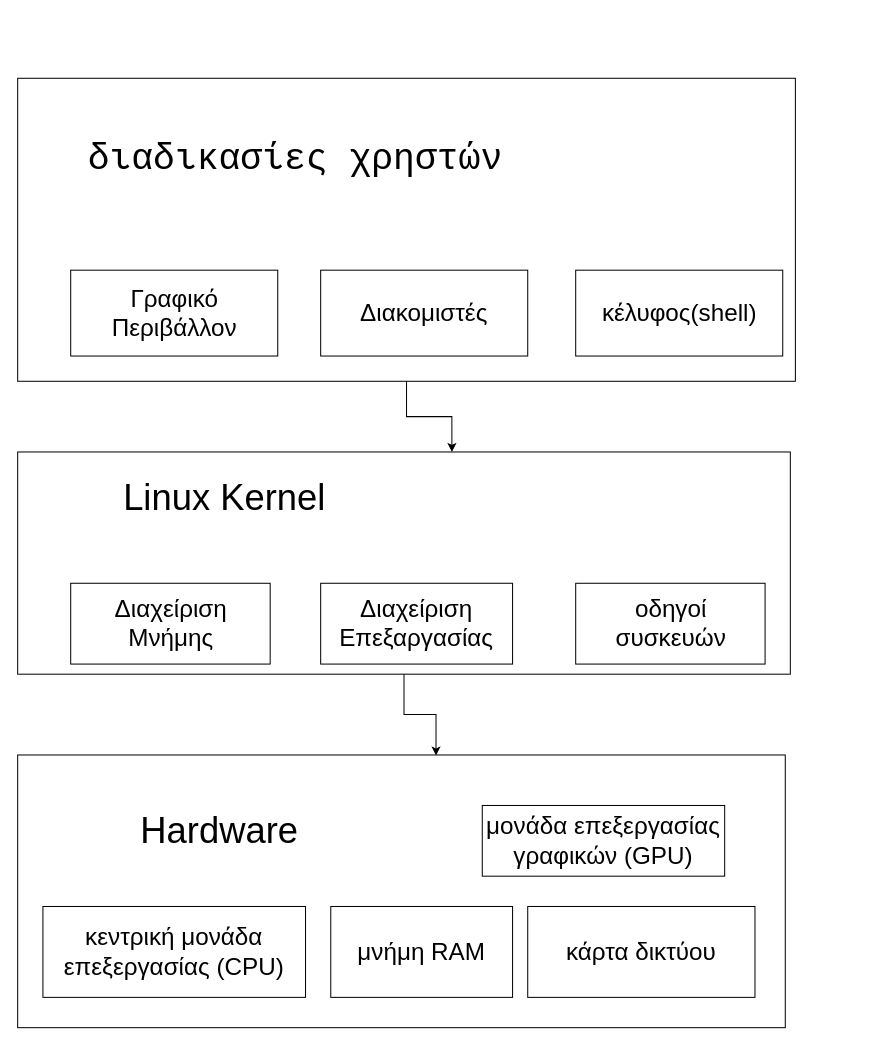
Above: linuxlevels.drawio in ChrisToumparis/linuxmoocduth (draw.io), before the change. Source tidied: cells renumbered, new cells numbered last; positions are measured from the earlier drawing's top-left corner, leaving out a move shared by most shapes. Both pictures are drawn from the tidied source at 101%, with x=0, y=0 at pixel (17, 78).
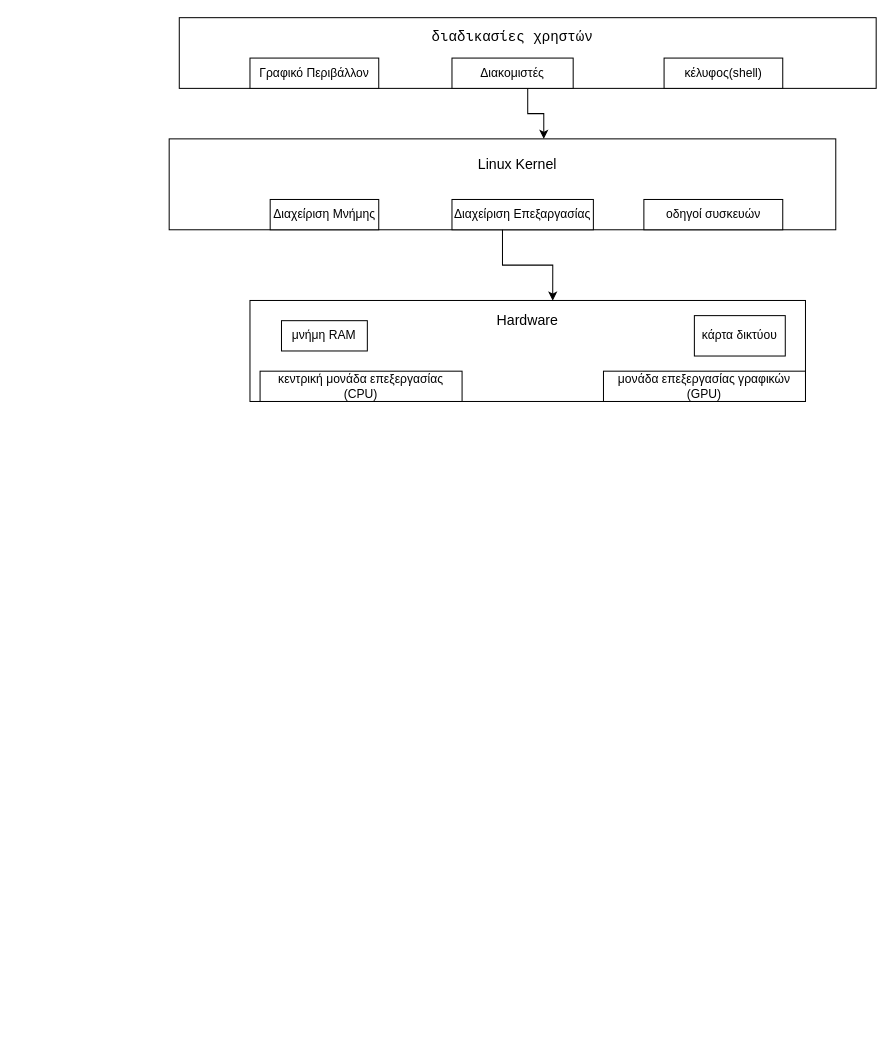
The same page after the edit.

What changed in the source:
```diff
@@
 <mxGraphModel>
   <root>
     <mxCell id="0" />
     <mxCell id="1" parent="0" />
     <mxCell id="2" style="rounded=0;whiteSpace=wrap;html=1;" parent="1" vertex="1">
-      <mxGeometry width="770" height="300" as="geometry" />
+      <mxGeometry x="160" y="-60" width="690" height="70" as="geometry" />
     </mxCell>
-    <mxCell id="3" value="&lt;font style=&quot;font-size: 24px;&quot;&gt;Γραφικό Περιβάλλον&lt;/font&gt;" style="rounded=0;whiteSpace=wrap;html=1;" parent="1" vertex="1">
-      <mxGeometry x="52.5" y="190" width="205" height="85" as="geometry" />
+    <mxCell id="3" value="&lt;font style=&quot;font-size: 12px;&quot;&gt;Γραφικό Περιβάλλον&lt;/font&gt;" style="rounded=0;whiteSpace=wrap;html=1;" parent="1" vertex="1">
+      <mxGeometry x="230" y="-20" width="127.5" height="30" as="geometry" />
     </mxCell>
-    <mxCell id="4" value="&lt;font style=&quot;font-size: 24px;&quot;&gt;Διακομιστές&lt;/font&gt;" style="rounded=0;whiteSpace=wrap;html=1;" parent="1" vertex="1">
-      <mxGeometry x="300" y="190" width="205" height="85" as="geometry" />
+    <mxCell id="4" value="&lt;font style=&quot;font-size: 12px;&quot;&gt;Διακομιστές&lt;/font&gt;" style="rounded=0;whiteSpace=wrap;html=1;" parent="1" vertex="1">
+      <mxGeometry x="430" y="-20" width="120" height="30" as="geometry" />
     </mxCell>
-    <mxCell id="5" value="&lt;font style=&quot;font-size: 24px;&quot;&gt;κέλυφος(shell)&lt;/font&gt;" style="rounded=0;whiteSpace=wrap;html=1;" parent="1" vertex="1">
-      <mxGeometry x="552.5" y="190" width="205" height="85" as="geometry" />
+    <mxCell id="5" value="&lt;font style=&quot;font-size: 12px;&quot;&gt;κέλυφος(shell)&lt;/font&gt;" style="rounded=0;whiteSpace=wrap;html=1;" parent="1" vertex="1">
+      <mxGeometry x="640" y="-20" width="117.5" height="30" as="geometry" />
     </mxCell>
-    <mxCell id="6" value="&lt;div role=&quot;text&quot; tabindex=&quot;0&quot; id=&quot;tw-target-text-container&quot; class=&quot;tw-ta-container tw-nfl&quot;&gt;&lt;pre dir=&quot;ltr&quot; aria-label=&quot;Μεταφρασμένο κείμενο: διαδικασίες χρήστη&quot; style=&quot;text-align:left&quot; id=&quot;tw-target-text&quot; class=&quot;tw-data-text tw-text-large tw-ta&quot;&gt;&lt;font style=&quot;font-size: 36px;&quot;&gt;διαδικασίες χρηστών&lt;/font&gt;&lt;/pre&gt;&lt;/div&gt;" style="text;html=1;align=center;verticalAlign=middle;whiteSpace=wrap;rounded=0;" parent="1" vertex="1">
-      <mxGeometry x="50" y="20" width="450" height="120" as="geometry" />
+    <mxCell id="6" value="&lt;div role=&quot;text&quot; tabindex=&quot;0&quot; id=&quot;tw-target-text-container&quot; class=&quot;tw-ta-container tw-nfl&quot;&gt;&lt;pre dir=&quot;ltr&quot; aria-label=&quot;Μεταφρασμένο κείμενο: διαδικασίες χρήστη&quot; style=&quot;text-align:left&quot; id=&quot;tw-target-text&quot; class=&quot;tw-data-text tw-text-large tw-ta&quot;&gt;&lt;font style=&quot;font-size: 14px;&quot;&gt;διαδικασίες χρηστών&lt;/font&gt;&lt;/pre&gt;&lt;/div&gt;" style="text;html=1;align=center;verticalAlign=middle;whiteSpace=wrap;rounded=0;" parent="1" vertex="1">
+      <mxGeometry x="330" y="-50" width="320" height="20" as="geometry" />
     </mxCell>
     <mxCell id="7" style="rounded=0;whiteSpace=wrap;html=1;" parent="1" vertex="1">
-      <mxGeometry y="370" width="765" height="220" as="geometry" />
+      <mxGeometry x="150" y="60" width="660" height="90" as="geometry" />
     </mxCell>
-    <mxCell id="8" value="&lt;font style=&quot;font-size: 24px;&quot;&gt;Διαχείριση Μνήμης&lt;/font&gt;" style="rounded=0;whiteSpace=wrap;html=1;" parent="1" vertex="1">
-      <mxGeometry x="52.5" y="500" width="197.5" height="80" as="geometry" />
+    <mxCell id="8" value="&lt;font style=&quot;font-size: 12px;&quot;&gt;Διαχείριση Μνήμης&lt;/font&gt;" style="rounded=0;whiteSpace=wrap;html=1;" parent="1" vertex="1">
+      <mxGeometry x="250" y="120" width="107.5" height="30" as="geometry" />
     </mxCell>
-    <mxCell id="9" value="&lt;font style=&quot;font-size: 24px;&quot;&gt;Διαχείριση Επεξαργασίας&lt;/font&gt;" style="rounded=0;whiteSpace=wrap;html=1;" parent="1" vertex="1">
-      <mxGeometry x="300" y="500" width="190" height="80" as="geometry" />
+    <mxCell id="9" value="&lt;font style=&quot;font-size: 12px;&quot;&gt;Διαχείριση Επεξαργασίας&lt;/font&gt;" style="rounded=0;whiteSpace=wrap;html=1;" parent="1" vertex="1">
+      <mxGeometry x="430" y="120" width="140" height="30" as="geometry" />
     </mxCell>
-    <mxCell id="10" value="&lt;font style=&quot;font-size: 24px;&quot;&gt;οδηγοί συσκευών&lt;/font&gt;" style="rounded=0;whiteSpace=wrap;html=1;" parent="1" vertex="1">
-      <mxGeometry x="552.5" y="500" width="187.5" height="80" as="geometry" />
+    <mxCell id="10" value="&lt;font style=&quot;font-size: 12px;&quot;&gt;οδηγοί συσκευών&lt;/font&gt;" style="rounded=0;whiteSpace=wrap;html=1;" parent="1" vertex="1">
+      <mxGeometry x="620" y="120" width="137.5" height="30" as="geometry" />
     </mxCell>
-    <mxCell id="11" value="&lt;font style=&quot;font-size: 36px;&quot;&gt;Linux Kernel&lt;/font&gt;" style="text;html=1;align=center;verticalAlign=middle;whiteSpace=wrap;rounded=0;" parent="1" vertex="1">
-      <mxGeometry x="60" y="400" width="290" height="30" as="geometry" />
+    <mxCell id="11" value="&lt;font style=&quot;font-size: 14px;&quot;&gt;Linux Kernel&lt;/font&gt;" style="text;html=1;align=center;verticalAlign=middle;whiteSpace=wrap;rounded=0;" parent="1" vertex="1">
+      <mxGeometry x="350" y="70" width="290" height="30" as="geometry" />
     </mxCell>
     <mxCell id="12" style="rounded=0;whiteSpace=wrap;html=1;" parent="1" vertex="1">
-      <mxGeometry y="670" width="760" height="270" as="geometry" />
+      <mxGeometry x="230" y="220" width="550" height="100" as="geometry" />
     </mxCell>
-    <mxCell id="13" value="&lt;font style=&quot;font-size: 36px;&quot;&gt;Hardware&lt;/font&gt;" style="text;html=1;align=center;verticalAlign=middle;whiteSpace=wrap;rounded=0;" parent="1" vertex="1">
-      <mxGeometry x="70" y="700" width="260" height="90" as="geometry" />
+    <mxCell id="13" value="&lt;font style=&quot;font-size: 14px;&quot;&gt;Hardware&lt;/font&gt;" style="text;html=1;align=center;verticalAlign=middle;whiteSpace=wrap;rounded=0;" parent="1" vertex="1">
+      <mxGeometry x="410" y="230" width="190" height="20" as="geometry" />
     </mxCell>
-    <mxCell id="14" value="&lt;font style=&quot;font-size: 24px;&quot;&gt;κεντρική μονάδα επεξεργασίας (CPU)&lt;/font&gt;" style="rounded=0;whiteSpace=wrap;html=1;" parent="1" vertex="1">
-      <mxGeometry x="25" y="820" width="260" height="90" as="geometry" />
+    <mxCell id="14" value="&lt;font style=&quot;font-size: 12px;&quot;&gt;κεντρική μονάδα επεξεργασίας (CPU)&lt;/font&gt;" style="rounded=0;whiteSpace=wrap;html=1;" parent="1" vertex="1">
+      <mxGeometry x="240" y="290" width="200" height="30" as="geometry" />
     </mxCell>
     <mxCell id="15" style="edgeStyle=orthogonalEdgeStyle;rounded=0;jettySize=auto;html=1;entryX=0.545;entryY=0.002;entryDx=0;entryDy=0;entryPerimeter=0;" parent="1" edge="1" source="7" target="12">
       <mxGeometry relative="1" as="geometry" />
     </mxCell>
-    <mxCell id="16" value="&lt;font style=&quot;font-size: 24px;&quot;&gt;μνήμη RAM&lt;/font&gt;" style="rounded=0;whiteSpace=wrap;html=1;" parent="1" vertex="1">
-      <mxGeometry x="310" y="820" width="180" height="90" as="geometry" />
+    <mxCell id="16" value="&lt;font style=&quot;font-size: 12px;&quot;&gt;μνήμη RAM&lt;/font&gt;" style="rounded=0;whiteSpace=wrap;html=1;" parent="1" vertex="1">
+      <mxGeometry x="261.2" y="240" width="85" height="30" as="geometry" />
     </mxCell>
-    <mxCell id="17" value="&lt;font style=&quot;font-size: 24px;&quot;&gt;κάρτα δικτύου&lt;/font&gt;" style="rounded=0;whiteSpace=wrap;html=1;" parent="1" vertex="1">
-      <mxGeometry x="505" y="820" width="225" height="90" as="geometry" />
+    <mxCell id="17" value="&lt;font style=&quot;font-size: 12px;&quot;&gt;κάρτα δικτύου&lt;/font&gt;" style="rounded=0;whiteSpace=wrap;html=1;" parent="1" vertex="1">
+      <mxGeometry x="670" y="235" width="90" height="40" as="geometry" />
     </mxCell>
-    <mxCell id="18" value="&lt;font style=&quot;font-size: 24px;&quot;&gt;μονάδα επεξεργασίας γραφικών (GPU)&lt;/font&gt;" style="rounded=0;whiteSpace=wrap;html=1;" parent="1" vertex="1">
-      <mxGeometry x="460" y="720" width="240" height="70" as="geometry" />
+    <mxCell id="18" value="&lt;font style=&quot;font-size: 12px;&quot;&gt;μονάδα επεξεργασίας γραφικών (GPU)&lt;/font&gt;" style="rounded=0;whiteSpace=wrap;html=1;" parent="1" vertex="1">
+      <mxGeometry x="580" y="290" width="200" height="30" as="geometry" />
     </mxCell>
     <mxCell id="19" style="edgeStyle=orthogonalEdgeStyle;rounded=0;jettySize=auto;html=1;entryX=0.562;entryY=0;entryDx=0;entryDy=0;entryPerimeter=0;" parent="1" edge="1" source="2" target="7">
       <mxGeometry relative="1" as="geometry" />
     </mxCell>
   </root>
 </mxGraphModel>
```
